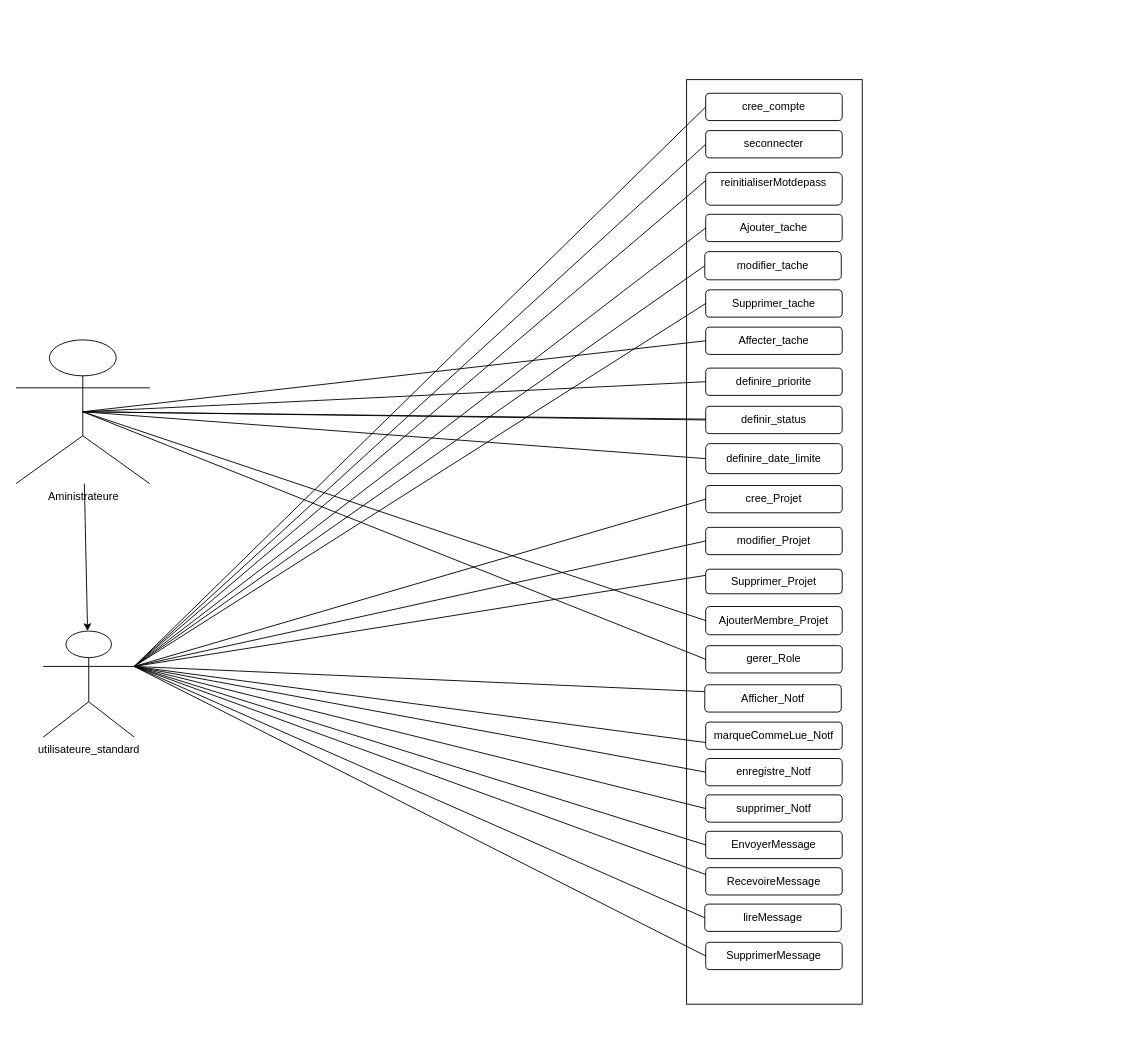
Before: Conception/UML/Diagramme de cas d'utilisation.drawio in haki24gamer/Mashru3, a draw.io diagram. Source tidied: cells renumbered, new cells numbered last; positions are measured from the earlier drawing's top-left corner, leaving out a move shared by most shapes. Both pictures are drawn from the tidied source at 91%, with x=0, y=0 at pixel (15, 79).
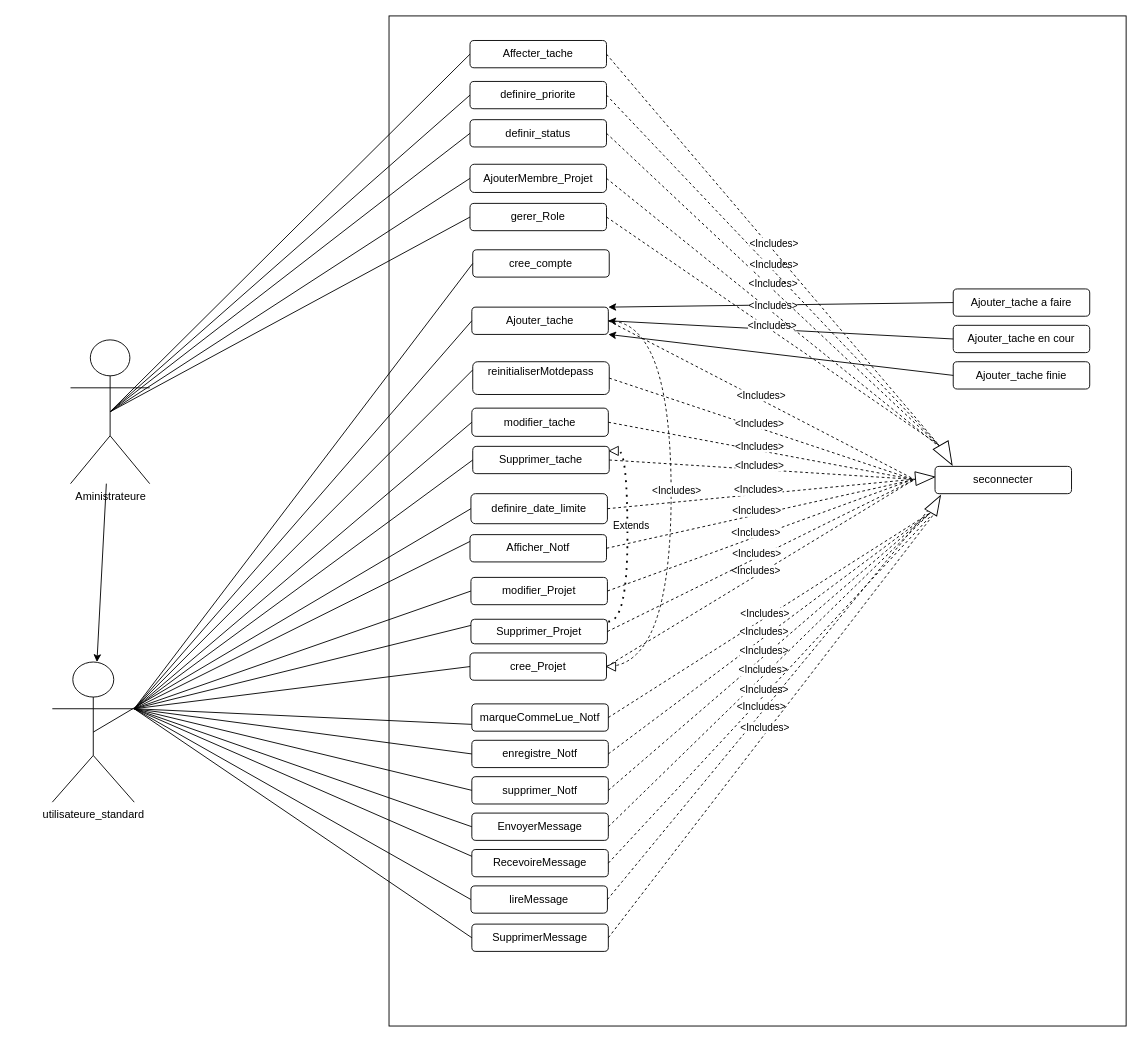
Above is the later version.

Commit message:
modified:   Conception/UML/Diagramme de cas d'utilisation.drawio

Diff of the diagram source:
```diff
@@
     <mxCell id="2" style="whiteSpace=wrap;html=1;" parent="1" vertex="1">
-      <mxGeometry x="737" width="193" height="1016" as="geometry" />
+      <mxGeometry x="410" y="-70" width="810" height="1110" as="geometry" />
     </mxCell>
     <mxCell id="3" value="cree_compte" style="rounded=1;whiteSpace=wrap;html=1;" parent="1" vertex="1">
-      <mxGeometry x="758" y="15" width="150" height="30" as="geometry" />
+      <mxGeometry x="502" y="187" width="150" height="30" as="geometry" />
     </mxCell>
     <mxCell id="4" value="seconnecter" style="rounded=1;whiteSpace=wrap;html=1;" parent="1" vertex="1">
-      <mxGeometry x="758" y="56" width="150" height="30" as="geometry" />
+      <mxGeometry x="1010" y="425" width="150" height="30" as="geometry" />
     </mxCell>
     <mxCell id="5" value="reinitialiserMotdepass&lt;div style=&quot;padding: 0px; margin: 0px;&quot;&gt;&lt;br style=&quot;text-wrap: nowrap; text-decoration-line: underline; padding: 0px; margin: 0px; text-align: left;&quot;&gt;&lt;/div&gt;" style="rounded=1;whiteSpace=wrap;html=1;" parent="1" vertex="1">
-      <mxGeometry x="758" y="102" width="150" height="36" as="geometry" />
+      <mxGeometry x="502" y="310" width="150" height="36" as="geometry" />
     </mxCell>
@@
     <mxCell id="7" value="Aministrateure" style="shape=umlActor;verticalLabelPosition=bottom;verticalAlign=top;html=1;outlineConnect=0;" parent="1" vertex="1">
-      <mxGeometry y="286" width="147" height="158" as="geometry" />
+      <mxGeometry x="60" y="286" width="87" height="158" as="geometry" />
     </mxCell>
-    <mxCell id="8" value="utilisateure_standard" style="shape=umlActor;verticalLabelPosition=bottom;verticalAlign=top;html=1;outlineConnect=0;" parent="1" vertex="1">
-      <mxGeometry x="30" y="606" width="100" height="116.5" as="geometry" />
-    </mxCell>
     <mxCell id="9" value="&lt;span style=&quot;text-align: left; text-wrap: nowrap;&quot;&gt;Ajouter_tache&lt;/span&gt;" style="rounded=1;whiteSpace=wrap;html=1;" parent="1" vertex="1">
-      <mxGeometry x="758" y="148" width="150" height="30" as="geometry" />
+      <mxGeometry x="501" y="250" width="150" height="30" as="geometry" />
     </mxCell>
     <mxCell id="10" value="&lt;span style=&quot;text-align: left; text-wrap: nowrap;&quot;&gt;modifier_tache&lt;/span&gt;" style="rounded=1;whiteSpace=wrap;html=1;" parent="1" vertex="1">
-      <mxGeometry x="757" y="189" width="150" height="31" as="geometry" />
+      <mxGeometry x="501" y="361" width="150" height="31" as="geometry" />
     </mxCell>
     <mxCell id="11" value="&lt;span style=&quot;text-align: left; text-wrap: nowrap;&quot;&gt;Supprimer_tache&lt;/span&gt;" style="rounded=1;whiteSpace=wrap;html=1;" parent="1" vertex="1">
-      <mxGeometry x="758" y="231" width="150" height="30" as="geometry" />
+      <mxGeometry x="502" y="403" width="150" height="30" as="geometry" />
     </mxCell>
     <mxCell id="12" value="&lt;span style=&quot;text-align: left; text-wrap: nowrap;&quot;&gt;Affecter_tache&lt;/span&gt;" style="rounded=1;whiteSpace=wrap;html=1;" parent="1" vertex="1">
-      <mxGeometry x="758" y="272" width="150" height="30" as="geometry" />
+      <mxGeometry x="499" y="-43" width="150" height="30" as="geometry" />
     </mxCell>
     <mxCell id="13" value="&lt;span style=&quot;text-align: left; text-wrap: nowrap;&quot;&gt;definire_priorite&lt;/span&gt;" style="rounded=1;whiteSpace=wrap;html=1;" parent="1" vertex="1">
-      <mxGeometry x="758" y="317" width="150" height="30" as="geometry" />
+      <mxGeometry x="499" y="2" width="150" height="30" as="geometry" />
     </mxCell>
     <mxCell id="14" value="&lt;span style=&quot;text-align: left; text-wrap: nowrap;&quot;&gt;definir_status&lt;/span&gt;" style="rounded=1;whiteSpace=wrap;html=1;" parent="1" vertex="1">
-      <mxGeometry x="758" y="359" width="150" height="30" as="geometry" />
+      <mxGeometry x="499" y="44" width="150" height="30" as="geometry" />
     </mxCell>
     <mxCell id="15" value="cree_Projet" style="rounded=1;whiteSpace=wrap;html=1;" parent="1" vertex="1">
-      <mxGeometry x="758" y="446" width="150" height="30" as="geometry" />
+      <mxGeometry x="499" y="630" width="150" height="30" as="geometry" />
     </mxCell>
     <mxCell id="16" value="modifier_Projet" style="rounded=1;whiteSpace=wrap;html=1;" parent="1" vertex="1">
-      <mxGeometry x="758" y="492" width="150" height="30" as="geometry" />
+      <mxGeometry x="500" y="547" width="150" height="30" as="geometry" />
     </mxCell>
     <mxCell id="17" value="Supprimer_Projet" style="rounded=1;whiteSpace=wrap;html=1;" parent="1" vertex="1">
-      <mxGeometry x="758" y="538" width="150" height="27" as="geometry" />
+      <mxGeometry x="500" y="593" width="150" height="27" as="geometry" />
     </mxCell>
     <mxCell id="18" value="AjouterMembre_Projet" style="rounded=1;whiteSpace=wrap;html=1;" parent="1" vertex="1">
-      <mxGeometry x="758" y="579" width="150" height="31" as="geometry" />
+      <mxGeometry x="499" y="93" width="150" height="31" as="geometry" />
     </mxCell>
@@
-    <mxCell id="20" style="endArrow=none;html=1;rounded=0;exitX=0;exitY=0.5;exitDx=0;exitDy=0;entryX=1;entryY=0.3333333333333333;entryDx=0;entryDy=0;entryPerimeter=0;" parent="1" edge="1" source="4" target="8">
-      <mxGeometry relative="1" as="geometry" />
-    </mxCell>
@@
     <mxCell id="27" value="&lt;span style=&quot;text-align: left;&quot;&gt;gerer_Role&lt;/span&gt;" style="rounded=1;whiteSpace=wrap;html=1;" parent="1" vertex="1">
-      <mxGeometry x="758" y="622" width="150" height="30" as="geometry" />
+      <mxGeometry x="499" y="136" width="150" height="30" as="geometry" />
     </mxCell>
@@
     <mxCell id="32" value="&lt;span style=&quot;text-align: left; text-wrap: nowrap;&quot;&gt;definire_date_limite&lt;/span&gt;" style="rounded=1;whiteSpace=wrap;html=1;" parent="1" vertex="1">
-      <mxGeometry x="758" y="400" width="150" height="33" as="geometry" />
+      <mxGeometry x="500" y="455" width="150" height="33" as="geometry" />
     </mxCell>
@@
-    <mxCell id="35" style="endArrow=none;html=1;rounded=0;entryX=0.5;entryY=0.5;entryDx=0;entryDy=0;entryPerimeter=0;" parent="1" edge="1" source="14" target="7">
-      <mxGeometry relative="1" as="geometry" />
-    </mxCell>
-    <mxCell id="36" style="endArrow=none;html=1;rounded=0;entryX=0.5;entryY=0.5;entryDx=0;entryDy=0;entryPerimeter=0;exitX=0;exitY=0.5;exitDx=0;exitDy=0;" parent="1" edge="1" source="32" target="7">
-      <mxGeometry relative="1" as="geometry" />
-    </mxCell>
     <mxCell id="37" value="Afficher_Notf" style="rounded=1;whiteSpace=wrap;html=1;shadow=0;glass=0;" parent="1" vertex="1">
-      <mxGeometry x="757" y="665" width="150" height="30" as="geometry" />
+      <mxGeometry x="499" y="500" width="150" height="30" as="geometry" />
     </mxCell>
     <mxCell id="38" value="marqueCommeLue_Notf" style="rounded=1;whiteSpace=wrap;html=1;" parent="1" vertex="1">
-      <mxGeometry x="758" y="706" width="150" height="30" as="geometry" />
+      <mxGeometry x="501" y="686" width="150" height="30" as="geometry" />
     </mxCell>
     <mxCell id="39" value="enregistre_Notf" style="rounded=1;whiteSpace=wrap;html=1;" parent="1" vertex="1">
-      <mxGeometry x="758" y="746" width="150" height="30" as="geometry" />
+      <mxGeometry x="501" y="726" width="150" height="30" as="geometry" />
     </mxCell>
     <mxCell id="40" value="supprimer_Notf" style="rounded=1;whiteSpace=wrap;html=1;" parent="1" vertex="1">
-      <mxGeometry x="758" y="786" width="150" height="30" as="geometry" />
+      <mxGeometry x="501" y="766" width="150" height="30" as="geometry" />
     </mxCell>
@@
     <mxCell id="45" value="EnvoyerMessage" style="rounded=1;whiteSpace=wrap;html=1;" parent="1" vertex="1">
-      <mxGeometry x="758" y="826" width="150" height="30" as="geometry" />
+      <mxGeometry x="501" y="806" width="150" height="30" as="geometry" />
     </mxCell>
     <mxCell id="46" value="RecevoireMessage" style="rounded=1;whiteSpace=wrap;html=1;" parent="1" vertex="1">
-      <mxGeometry x="758" y="866" width="150" height="30" as="geometry" />
+      <mxGeometry x="501" y="846" width="150" height="30" as="geometry" />
     </mxCell>
     <mxCell id="47" value="lireMessage" style="rounded=1;whiteSpace=wrap;html=1;" parent="1" vertex="1">
-      <mxGeometry x="757" y="906" width="150" height="30" as="geometry" />
+      <mxGeometry x="500" y="886" width="150" height="30" as="geometry" />
     </mxCell>
     <mxCell id="48" value="SupprimerMessage" style="rounded=1;whiteSpace=wrap;html=1;" parent="1" vertex="1">
-      <mxGeometry x="758" y="948" width="150" height="30" as="geometry" />
+      <mxGeometry x="501" y="928" width="150" height="30" as="geometry" />
     </mxCell>
@@
+    <mxCell id="53" style="endArrow=none;html=1;rounded=0;entryX=0.5;entryY=0.5;entryDx=0;entryDy=0;entryPerimeter=0;exitX=0;exitY=0.5;exitDx=0;exitDy=0;" parent="1" edge="1" source="32" target="8">
+      <mxGeometry relative="1" as="geometry" />
+    </mxCell>
+    <mxCell id="8" value="utilisateure_standard" style="shape=umlActor;verticalLabelPosition=bottom;verticalAlign=top;html=1;outlineConnect=0;" parent="1" vertex="1">
+      <mxGeometry x="40" y="640" width="90" height="154" as="geometry" />
+    </mxCell>
+    <mxCell id="54" style="endArrow=none;dashed=1;html=1;entryX=-0.135;entryY=0.532;entryDx=0;entryDy=0;exitX=1;exitY=0.5;exitDx=0;exitDy=0;entryPerimeter=0;" parent="1" edge="1" source="5" target="105">
+      <mxGeometry relative="1" as="geometry" />
+    </mxCell>
+    <mxCell id="55" value="&amp;lt;Includes&amp;gt;" style="edgeLabel;html=1;align=center;verticalAlign=middle;" parent="54" vertex="1">
+      <mxGeometry x="-0.02" y="5" relative="1" as="geometry" />
+    </mxCell>
+    <mxCell id="56" style="endArrow=none;dashed=1;html=1;entryX=-0.047;entryY=0.559;entryDx=0;entryDy=0;exitX=1;exitY=0.5;exitDx=0;exitDy=0;entryPerimeter=0;" parent="1" edge="1" source="9" target="105">
+      <mxGeometry relative="1" as="geometry" />
+    </mxCell>
+    <mxCell id="57" value="&amp;lt;Includes&amp;gt;" style="edgeLabel;html=1;align=center;verticalAlign=middle;" parent="56" vertex="1">
+      <mxGeometry x="-0.02" y="5" relative="1" as="geometry" />
+    </mxCell>
+    <mxCell id="58" style="endArrow=none;dashed=1;html=1;entryX=-0.081;entryY=0.557;entryDx=0;entryDy=0;exitX=1;exitY=0.5;exitDx=0;exitDy=0;entryPerimeter=0;" parent="1" edge="1" source="10" target="105">
+      <mxGeometry relative="1" as="geometry" />
+    </mxCell>
+    <mxCell id="59" value="&amp;lt;Includes&amp;gt;" style="edgeLabel;html=1;align=center;verticalAlign=middle;" parent="58" vertex="1">
+      <mxGeometry x="-0.02" y="5" relative="1" as="geometry" />
+    </mxCell>
+    <mxCell id="60" style="endArrow=none;dashed=1;html=1;entryX=-0.023;entryY=0.554;entryDx=0;entryDy=0;exitX=1;exitY=0.5;exitDx=0;exitDy=0;entryPerimeter=0;" parent="1" edge="1" source="11" target="105">
+      <mxGeometry relative="1" as="geometry" />
+    </mxCell>
+    <mxCell id="61" value="&amp;lt;Includes&amp;gt;" style="edgeLabel;html=1;align=center;verticalAlign=middle;" parent="60" vertex="1">
+      <mxGeometry x="-0.02" y="5" relative="1" as="geometry" />
+    </mxCell>
+    <mxCell id="62" style="endArrow=none;dashed=1;html=1;entryX=-0.008;entryY=0.534;entryDx=0;entryDy=0;exitX=1;exitY=0.5;exitDx=0;exitDy=0;entryPerimeter=0;" parent="1" edge="1" source="32" target="105">
+      <mxGeometry relative="1" as="geometry" />
+    </mxCell>
+    <mxCell id="63" value="&amp;lt;Includes&amp;gt;" style="edgeLabel;html=1;align=center;verticalAlign=middle;" parent="62" vertex="1">
+      <mxGeometry x="-0.02" y="5" relative="1" as="geometry" />
+    </mxCell>
+    <mxCell id="64" style="endArrow=none;dashed=1;html=1;entryX=-0.044;entryY=0.543;entryDx=0;entryDy=0;exitX=1;exitY=0.5;exitDx=0;exitDy=0;entryPerimeter=0;" parent="1" edge="1" source="15" target="105">
+      <mxGeometry relative="1" as="geometry" />
+    </mxCell>
+    <mxCell id="65" value="&amp;lt;Includes&amp;gt;" style="edgeLabel;html=1;align=center;verticalAlign=middle;" parent="64" vertex="1">
+      <mxGeometry x="-0.02" y="5" relative="1" as="geometry" />
+    </mxCell>
+    <mxCell id="66" style="endArrow=none;dashed=1;html=1;exitX=1;exitY=0.5;exitDx=0;exitDy=0;entryX=-0.112;entryY=0.535;entryDx=0;entryDy=0;entryPerimeter=0;" parent="1" edge="1" source="16" target="105">
+      <mxGeometry relative="1" as="geometry" />
+    </mxCell>
+    <mxCell id="67" value="&amp;lt;Includes&amp;gt;" style="edgeLabel;html=1;align=center;verticalAlign=middle;" parent="66" vertex="1">
+      <mxGeometry x="-0.02" y="5" relative="1" as="geometry" />
+    </mxCell>
+    <mxCell id="68" style="endArrow=none;dashed=1;html=1;exitX=1;exitY=0.5;exitDx=0;exitDy=0;entryX=0.002;entryY=0.545;entryDx=0;entryDy=0;entryPerimeter=0;" parent="1" edge="1" source="17" target="105">
+      <mxGeometry relative="1" as="geometry" />
+    </mxCell>
+    <mxCell id="69" value="&amp;lt;Includes&amp;gt;" style="edgeLabel;html=1;align=center;verticalAlign=middle;" parent="68" vertex="1">
+      <mxGeometry x="-0.02" y="5" relative="1" as="geometry" />
+    </mxCell>
+    <mxCell id="70" style="endArrow=none;dashed=1;html=1;entryX=-0.011;entryY=0.551;entryDx=0;entryDy=0;exitX=1;exitY=0.5;exitDx=0;exitDy=0;entryPerimeter=0;" parent="1" edge="1" source="37" target="105">
+      <mxGeometry relative="1" as="geometry" />
+    </mxCell>
+    <mxCell id="71" value="&amp;lt;Includes&amp;gt;" style="edgeLabel;html=1;align=center;verticalAlign=middle;" parent="70" vertex="1">
+      <mxGeometry x="-0.02" y="5" relative="1" as="geometry" />
+    </mxCell>
+    <mxCell id="72" value="&lt;span style=&quot;text-align: left; text-wrap: nowrap;&quot;&gt;Ajouter_tache a faire&lt;/span&gt;" style="rounded=1;whiteSpace=wrap;html=1;" parent="1" vertex="1">
+      <mxGeometry x="1030" y="230" width="150" height="30" as="geometry" />
+    </mxCell>
+    <mxCell id="73" value="&lt;span style=&quot;text-align: left; text-wrap: nowrap;&quot;&gt;Ajouter_tache en cour&lt;/span&gt;" style="rounded=1;whiteSpace=wrap;html=1;" parent="1" vertex="1">
+      <mxGeometry x="1030" y="270" width="150" height="30" as="geometry" />
+    </mxCell>
+    <mxCell id="74" value="&lt;span style=&quot;text-align: left; text-wrap: nowrap;&quot;&gt;Ajouter_tache finie&lt;/span&gt;" style="rounded=1;whiteSpace=wrap;html=1;" parent="1" vertex="1">
+      <mxGeometry x="1030" y="310" width="150" height="30" as="geometry" />
+    </mxCell>
+    <mxCell id="75" style="endArrow=classic;html=1;entryX=1;entryY=0;entryDx=0;entryDy=0;exitX=0;exitY=0.5;exitDx=0;exitDy=0;" parent="1" edge="1" source="72" target="9">
+      <mxGeometry relative="1" as="geometry" />
+    </mxCell>
+    <mxCell id="76" style="endArrow=classic;html=1;entryX=1;entryY=0.5;entryDx=0;entryDy=0;exitX=0;exitY=0.5;exitDx=0;exitDy=0;" parent="1" edge="1" source="73" target="9">
+      <mxGeometry relative="1" as="geometry" />
+    </mxCell>
+    <mxCell id="77" style="endArrow=classic;html=1;exitX=0;exitY=0.5;exitDx=0;exitDy=0;entryX=1;entryY=1;entryDx=0;entryDy=0;" parent="1" edge="1" source="74" target="9">
+      <mxGeometry relative="1" as="geometry" />
+    </mxCell>
+    <mxCell id="78" style="endArrow=none;dashed=1;html=1;entryX=0;entryY=0.5;entryDx=0;entryDy=0;exitX=1;exitY=0.5;exitDx=0;exitDy=0;" parent="1" edge="1" source="38" target="106">
+      <mxGeometry relative="1" as="geometry" />
+    </mxCell>
+    <mxCell id="79" value="&amp;lt;Includes&amp;gt;" style="edgeLabel;html=1;align=center;verticalAlign=middle;" parent="78" vertex="1">
+      <mxGeometry x="-0.02" y="5" relative="1" as="geometry" />
+    </mxCell>
+    <mxCell id="80" style="endArrow=none;dashed=1;html=1;entryX=0;entryY=0.5;entryDx=0;entryDy=0;exitX=1;exitY=0.5;exitDx=0;exitDy=0;" parent="1" edge="1" source="39" target="106">
+      <mxGeometry relative="1" as="geometry" />
+    </mxCell>
+    <mxCell id="81" value="&amp;lt;Includes&amp;gt;" style="edgeLabel;html=1;align=center;verticalAlign=middle;" parent="80" vertex="1">
+      <mxGeometry x="-0.02" y="5" relative="1" as="geometry" />
+    </mxCell>
+    <mxCell id="82" style="endArrow=none;dashed=1;html=1;exitX=1;exitY=0.5;exitDx=0;exitDy=0;entryX=0;entryY=0.5;entryDx=0;entryDy=0;" parent="1" edge="1" source="40" target="106">
+      <mxGeometry relative="1" as="geometry" />
+    </mxCell>
+    <mxCell id="83" value="&amp;lt;Includes&amp;gt;" style="edgeLabel;html=1;align=center;verticalAlign=middle;" parent="82" vertex="1">
+      <mxGeometry x="-0.02" y="5" relative="1" as="geometry" />
+    </mxCell>
+    <mxCell id="84" style="endArrow=none;dashed=1;html=1;exitX=1;exitY=0.5;exitDx=0;exitDy=0;entryX=0;entryY=0.5;entryDx=0;entryDy=0;" parent="1" edge="1" source="45" target="106">
+      <mxGeometry relative="1" as="geometry" />
+    </mxCell>
+    <mxCell id="85" value="&amp;lt;Includes&amp;gt;" style="edgeLabel;html=1;align=center;verticalAlign=middle;" parent="84" vertex="1">
+      <mxGeometry x="-0.02" y="5" relative="1" as="geometry" />
+    </mxCell>
+    <mxCell id="86" style="endArrow=none;dashed=1;html=1;exitX=1;exitY=0.5;exitDx=0;exitDy=0;entryX=-0.111;entryY=0.638;entryDx=0;entryDy=0;entryPerimeter=0;" parent="1" edge="1" source="46" target="106">
+      <mxGeometry relative="1" as="geometry" />
+    </mxCell>
+    <mxCell id="87" value="&amp;lt;Includes&amp;gt;" style="edgeLabel;html=1;align=center;verticalAlign=middle;" parent="86" vertex="1">
+      <mxGeometry x="-0.02" y="5" relative="1" as="geometry" />
+    </mxCell>
+    <mxCell id="88" style="endArrow=none;dashed=1;html=1;exitX=1;exitY=0.5;exitDx=0;exitDy=0;entryX=0;entryY=0.25;entryDx=0;entryDy=0;" parent="1" edge="1" source="47" target="106">
+      <mxGeometry relative="1" as="geometry" />
+    </mxCell>
+    <mxCell id="89" value="&amp;lt;Includes&amp;gt;" style="edgeLabel;html=1;align=center;verticalAlign=middle;" parent="88" vertex="1">
+      <mxGeometry x="-0.02" y="5" relative="1" as="geometry" />
+    </mxCell>
+    <mxCell id="90" style="endArrow=none;dashed=1;html=1;exitX=1;exitY=0.5;exitDx=0;exitDy=0;entryX=0;entryY=0.75;entryDx=0;entryDy=0;" parent="1" edge="1" source="48" target="106">
+      <mxGeometry relative="1" as="geometry" />
+    </mxCell>
+    <mxCell id="91" value="&amp;lt;Includes&amp;gt;" style="edgeLabel;html=1;align=center;verticalAlign=middle;" parent="90" vertex="1">
+      <mxGeometry x="-0.02" y="5" relative="1" as="geometry" />
+    </mxCell>
+    <mxCell id="92" style="endArrow=none;dashed=1;html=1;dashPattern=1 3;strokeWidth=2;exitX=1.006;exitY=0.092;exitDx=0;exitDy=0;exitPerimeter=0;entryX=0;entryY=0.5;entryDx=0;entryDy=0;edgeStyle=orthogonalEdgeStyle;curved=1;" parent="1" edge="1" source="17" target="110">
+      <mxGeometry relative="1" as="geometry" />
+    </mxCell>
+    <mxCell id="93" value="Extends" style="edgeLabel;html=1;align=center;verticalAlign=middle;" parent="92" vertex="1">
+      <mxGeometry x="0.16" y="-3" relative="1" as="geometry" />
+    </mxCell>
+    <mxCell id="94" style="endArrow=none;dashed=1;html=1;entryX=-0.033;entryY=0.586;entryDx=0;entryDy=0;exitX=1;exitY=0.5;exitDx=0;exitDy=0;entryPerimeter=0;" parent="1" edge="1" source="27" target="104">
+      <mxGeometry relative="1" as="geometry" />
+    </mxCell>
+    <mxCell id="95" value="&amp;lt;Includes&amp;gt;" style="edgeLabel;html=1;align=center;verticalAlign=middle;" parent="94" vertex="1">
+      <mxGeometry x="-0.02" y="5" relative="1" as="geometry" />
+    </mxCell>
+    <mxCell id="96" style="endArrow=none;dashed=1;html=1;entryX=0.033;entryY=0.618;entryDx=0;entryDy=0;exitX=1;exitY=0.5;exitDx=0;exitDy=0;entryPerimeter=0;" parent="1" edge="1" source="18" target="104">
+      <mxGeometry relative="1" as="geometry" />
+    </mxCell>
+    <mxCell id="97" value="&amp;lt;Includes&amp;gt;" style="edgeLabel;html=1;align=center;verticalAlign=middle;" parent="96" vertex="1">
+      <mxGeometry x="-0.02" y="5" relative="1" as="geometry" />
+    </mxCell>
+    <mxCell id="98" style="endArrow=none;dashed=1;html=1;exitX=1;exitY=0.5;exitDx=0;exitDy=0;entryX=-0.019;entryY=0.602;entryDx=0;entryDy=0;entryPerimeter=0;" parent="1" edge="1" source="14" target="104">
+      <mxGeometry relative="1" as="geometry" />
+    </mxCell>
+    <mxCell id="99" value="&amp;lt;Includes&amp;gt;" style="edgeLabel;html=1;align=center;verticalAlign=middle;" parent="98" vertex="1">
+      <mxGeometry x="-0.02" y="5" relative="1" as="geometry" />
+    </mxCell>
+    <mxCell id="100" style="endArrow=none;dashed=1;html=1;exitX=1;exitY=0.5;exitDx=0;exitDy=0;entryX=0.057;entryY=0.56;entryDx=0;entryDy=0;entryPerimeter=0;" parent="1" edge="1" source="13" target="104">
+      <mxGeometry relative="1" as="geometry" />
+    </mxCell>
+    <mxCell id="101" value="&amp;lt;Includes&amp;gt;" style="edgeLabel;html=1;align=center;verticalAlign=middle;" parent="100" vertex="1">
+      <mxGeometry x="-0.02" y="5" relative="1" as="geometry" />
+    </mxCell>
+    <mxCell id="102" style="endArrow=none;dashed=1;html=1;exitX=1;exitY=0.5;exitDx=0;exitDy=0;entryX=-0.009;entryY=0.583;entryDx=0;entryDy=0;entryPerimeter=0;" parent="1" edge="1" source="12" target="104">
+      <mxGeometry relative="1" as="geometry" />
+    </mxCell>
+    <mxCell id="103" value="&amp;lt;Includes&amp;gt;" style="edgeLabel;html=1;align=center;verticalAlign=middle;" parent="102" vertex="1">
+      <mxGeometry x="-0.02" y="5" relative="1" as="geometry" />
+    </mxCell>
+    <mxCell id="104" style="triangle;whiteSpace=wrap;html=1;rotation=60;" parent="1" vertex="1">
+      <mxGeometry x="1010" y="403" width="25" height="18.9" as="geometry" />
+    </mxCell>
+    <mxCell id="105" style="triangle;whiteSpace=wrap;html=1;rotation=-5;" parent="1" vertex="1">
+      <mxGeometry x="988.5" y="430" width="21.3" height="15.1" as="geometry" />
+    </mxCell>
+    <mxCell id="106" style="triangle;whiteSpace=wrap;html=1;rotation=-60;" parent="1" vertex="1">
+      <mxGeometry x="1000" y="458.9" width="21.3" height="15.1" as="geometry" />
+    </mxCell>
+    <mxCell id="107" style="endArrow=none;dashed=1;html=1;entryX=1;entryY=0.5;entryDx=0;entryDy=0;exitX=1;exitY=0.5;exitDx=0;exitDy=0;edgeStyle=orthogonalEdgeStyle;curved=1;" parent="1" edge="1" source="9" target="15">
+      <mxGeometry relative="1" as="geometry">
+        <Array as="points">
+          <mxPoint x="720" y="265" />
+          <mxPoint x="720" y="645" />
+        </Array>
+      </mxGeometry>
+    </mxCell>
+    <mxCell id="108" value="&amp;lt;Includes&amp;gt;" style="edgeLabel;html=1;align=center;verticalAlign=middle;" parent="107" vertex="1">
+      <mxGeometry x="-0.02" y="5" relative="1" as="geometry" />
+    </mxCell>
+    <mxCell id="109" style="triangle;whiteSpace=wrap;html=1;rotation=-180;" parent="1" vertex="1">
+      <mxGeometry x="649" y="640" width="10" height="10" as="geometry" />
+    </mxCell>
+    <mxCell id="110" style="triangle;whiteSpace=wrap;html=1;rotation=-180;" parent="1" vertex="1">
+      <mxGeometry x="652" y="403" width="10" height="10" as="geometry" />
+    </mxCell>
```
